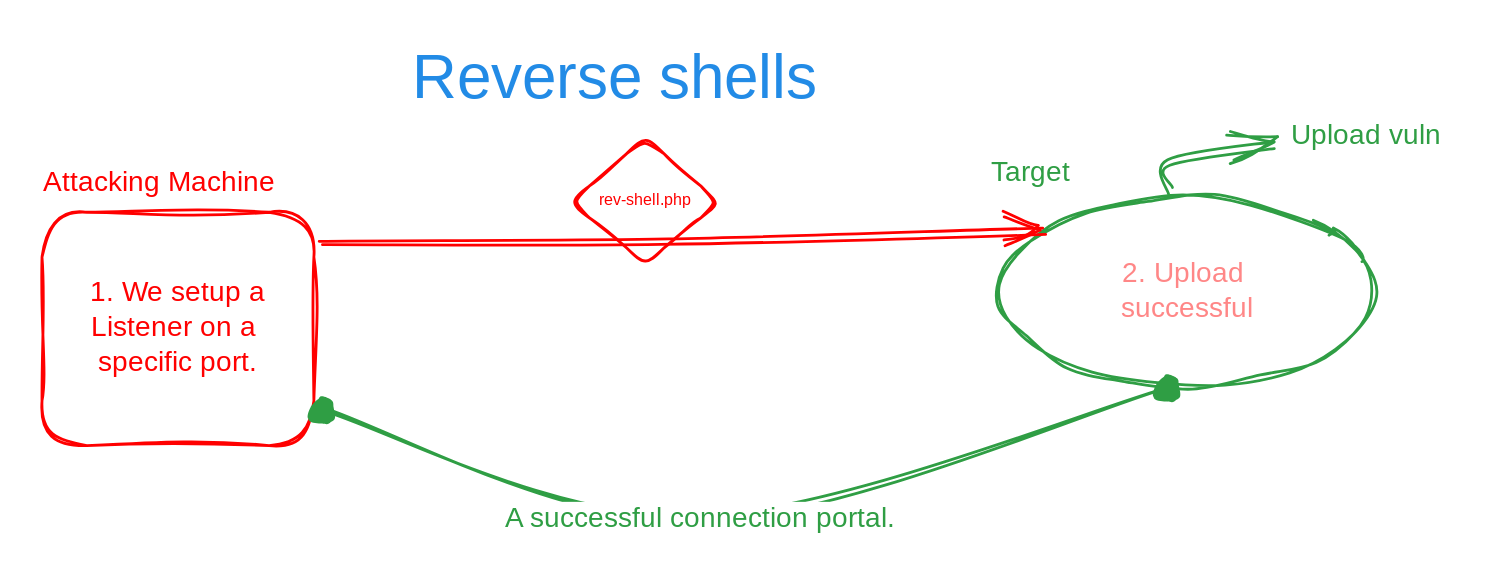
This is .gitbook/assets/file.excalidraw (9).svg from 7ankalis/muninn-cpts, a Excalidraw export, as it was before one commit. Source tidied: one line per element, renumbered; positions are measured from the earlier drawing's top-left corner, leaving out a move shared by most shapes.
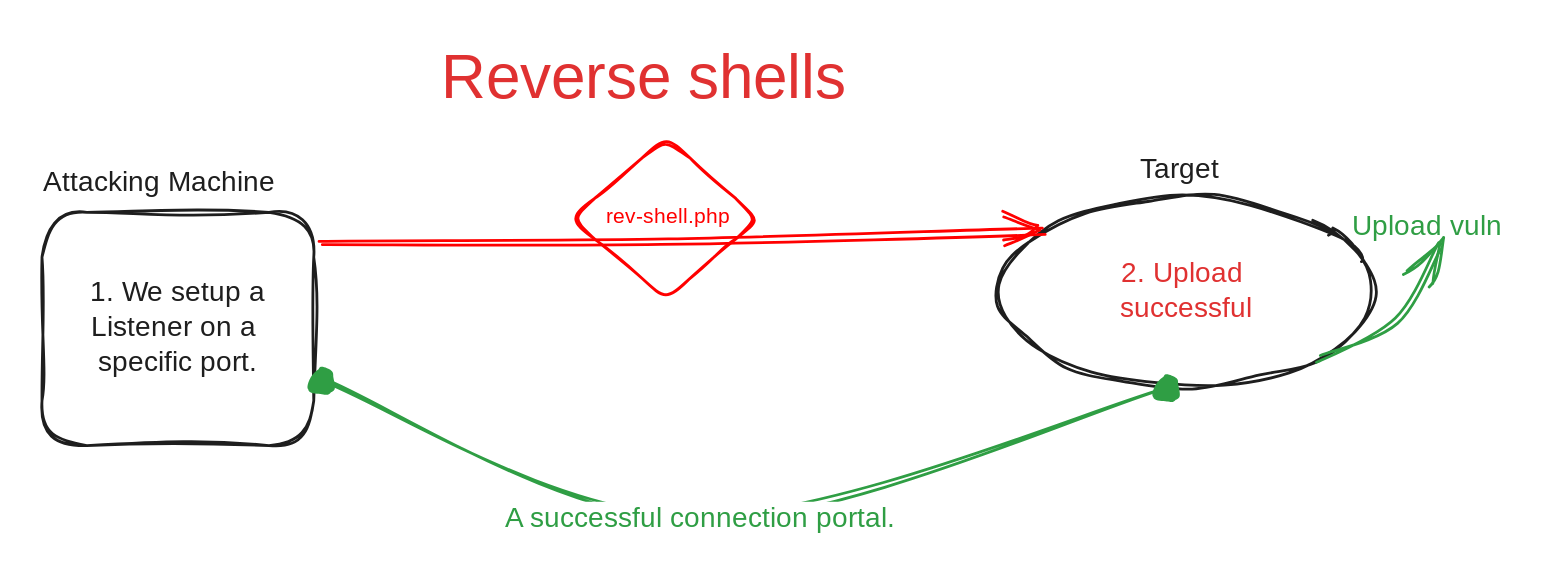
The same file after the commit.

Commit message:
GITBOOK-70: Edited Setting up shells and Knowledge check.

What changed in the source:
```diff
@@ -1,14 +1,14 @@
-{"id": 0, "type": "rectangle", "strokeColor": "#ff0000", "strokeWidth": 2, "roughness": 2, "round": true, "x": 0, "y": 121, "width": 194, "height": 167}
+{"id": 0, "type": "rectangle", "strokeColor": "#1e1e1e", "strokeWidth": 2, "roughness": 2, "round": true, "x": 0, "y": 121, "width": 194, "height": 167}
-{"id": 1, "type": "text", "text": "1. We setup a\nListener on a \nspecific port.", "strokeColor": "#ff0000", "strokeWidth": 2, "roughness": 1, "fontSize": 20, "fontFamily": 1, "textAlign": "center", "verticalAlign": "middle", "inside": 0, "x": 26, "y": 167, "width": 142, "height": 75}
+{"id": 1, "type": "text", "text": "1. We setup a\nListener on a \nspecific port.", "strokeColor": "#1e1e1e", "strokeWidth": 2, "roughness": 1, "fontSize": 20, "fontFamily": 1, "textAlign": "center", "verticalAlign": "middle", "inside": 0, "x": 26, "y": 167, "width": 142, "height": 75}
-{"id": 2, "type": "ellipse", "strokeColor": "#2f9e44", "strokeWidth": 2, "roughness": 2, "round": true, "x": 684, "y": 110, "width": 268, "height": 136}
+{"id": 2, "type": "ellipse", "strokeColor": "#1e1e1e", "strokeWidth": 2, "roughness": 2, "round": true, "x": 684, "y": 110, "width": 268, "height": 136}
-{"id": 3, "type": "text", "text": "2. Upload \nsuccessful", "strokeColor": "#ff8787", "strokeWidth": 2, "roughness": 2, "fontSize": 20, "fontFamily": 1, "textAlign": "center", "verticalAlign": "middle", "inside": 2, "x": 765, "y": 153, "width": 105, "height": 50}
+{"id": 3, "type": "text", "text": "2. Upload \nsuccessful", "strokeColor": "#e03131", "strokeWidth": 2, "roughness": 2, "fontSize": 20, "fontFamily": 1, "textAlign": "center", "verticalAlign": "middle", "inside": 2, "x": 765, "y": 153, "width": 105, "height": 50}
 {"id": 4, "type": "arrow", "strokeColor": "#ff0000", "strokeWidth": 2, "roughness": 2, "endArrowhead": "arrow", "round": true, "from": 0, "x": 198, "y": 144, "width": 519, "height": 9, "points": [[0, 0], [246, -2], [519, -9]]}
-{"id": 5, "type": "arrow", "strokeColor": "#2f9e44", "strokeWidth": 2, "roughness": 2, "startArrowhead": "dot", "endArrowhead": "dot", "round": true, "to": 0, "x": 805, "y": 245, "width": 606, "height": 96, "points": [[0, 0], [-335, 96], [-606, 18]]}
+{"id": 5, "type": "arrow", "strokeColor": "#2f9e44", "strokeWidth": 2, "roughness": 2, "startArrowhead": "dot", "endArrowhead": "dot", "round": true, "to": 0, "x": 805, "y": 245, "width": 606, "height": 98, "points": [[0, 0], [-335, 96], [-606, -3]]}
 {"id": 6, "type": "text", "text": "A successful connection portal.", "strokeColor": "#2f9e44", "strokeWidth": 2, "roughness": 2, "fontSize": 20, "fontFamily": 1, "textAlign": "center", "verticalAlign": "middle", "inside": 5, "x": 289, "y": 329, "width": 306, "height": 25}
-{"id": 7, "type": "text", "text": "Attacking Machine", "strokeColor": "#ff0000", "strokeWidth": 2, "roughness": 2, "fontSize": 20, "fontFamily": 1, "x": 1, "y": 89, "width": 176, "height": 25}
+{"id": 7, "type": "text", "text": "Attacking Machine", "strokeColor": "#1e1e1e", "strokeWidth": 2, "roughness": 2, "fontSize": 20, "fontFamily": 1, "x": 1, "y": 89, "width": 176, "height": 25}
-{"id": 8, "type": "diamond", "strokeColor": "#ff0000", "strokeWidth": 2, "roughness": 1, "round": true, "x": 378, "y": 68, "width": 106, "height": 90}
+{"id": 8, "type": "diamond", "strokeColor": "#ff0000", "strokeWidth": 2, "roughness": 1, "round": true, "x": 378, "y": 68, "width": 135, "height": 115}
-{"id": 9, "type": "text", "text": "rev-shell.php", "strokeColor": "#ff0000", "strokeWidth": 2, "roughness": 2, "fontSize": 11.64, "fontFamily": 1, "x": 398, "y": 106, "width": 67, "height": 15}
+{"id": 9, "type": "text", "text": "rev-shell.php", "strokeColor": "#ff0000", "strokeWidth": 2, "roughness": 2, "fontSize": 14.84, "fontFamily": 1, "x": 403, "y": 116, "width": 86, "height": 19}
-{"id": 10, "type": "text", "text": "Target", "strokeColor": "#2f9e44", "strokeWidth": 2, "roughness": 2, "fontSize": 20, "fontFamily": 1, "x": 677, "y": 81, "width": 70, "height": 25}
+{"id": 10, "type": "text", "text": "Target", "strokeColor": "#1e1e1e", "strokeWidth": 2, "roughness": 2, "fontSize": 20, "fontFamily": 1, "x": 784, "y": 79, "width": 70, "height": 25}
-{"id": 11, "type": "arrow", "strokeColor": "#2f9e44", "strokeWidth": 2, "roughness": 2, "endArrowhead": "arrow", "round": true, "from": 2, "to": 12, "x": 806, "y": 106, "width": 75, "height": 32, "points": [[0, 0], [-2, -20], [73, -32]]}
+{"id": 11, "type": "arrow", "strokeColor": "#2f9e44", "strokeWidth": 2, "roughness": 2, "endArrowhead": "arrow", "round": true, "from": 2, "to": 12, "x": 912, "y": 226, "width": 86, "height": 80, "points": [[0, 0], [55, -27], [86, -80]]}
-{"id": 12, "type": "text", "text": "Upload vuln", "strokeColor": "#2f9e44", "strokeWidth": 2, "roughness": 2, "fontSize": 20, "fontFamily": 1, "x": 892, "y": 55, "width": 112, "height": 25}
+{"id": 12, "type": "text", "text": "Upload vuln", "strokeColor": "#2f9e44", "strokeWidth": 2, "roughness": 2, "fontSize": 20, "fontFamily": 1, "x": 936, "y": 120, "width": 112, "height": 25}
-{"id": 13, "type": "text", "text": "Reverse shells", "strokeColor": "#228be6", "strokeWidth": 2, "roughness": 1, "fontSize": 44.55, "fontFamily": 1, "x": 264, "y": 0, "width": 310, "height": 56}
+{"id": 13, "type": "text", "text": "Reverse shells", "strokeColor": "#e03131", "strokeWidth": 2, "roughness": 1, "fontSize": 44.55, "fontFamily": 1, "x": 285, "y": 0, "width": 310, "height": 56}
```
